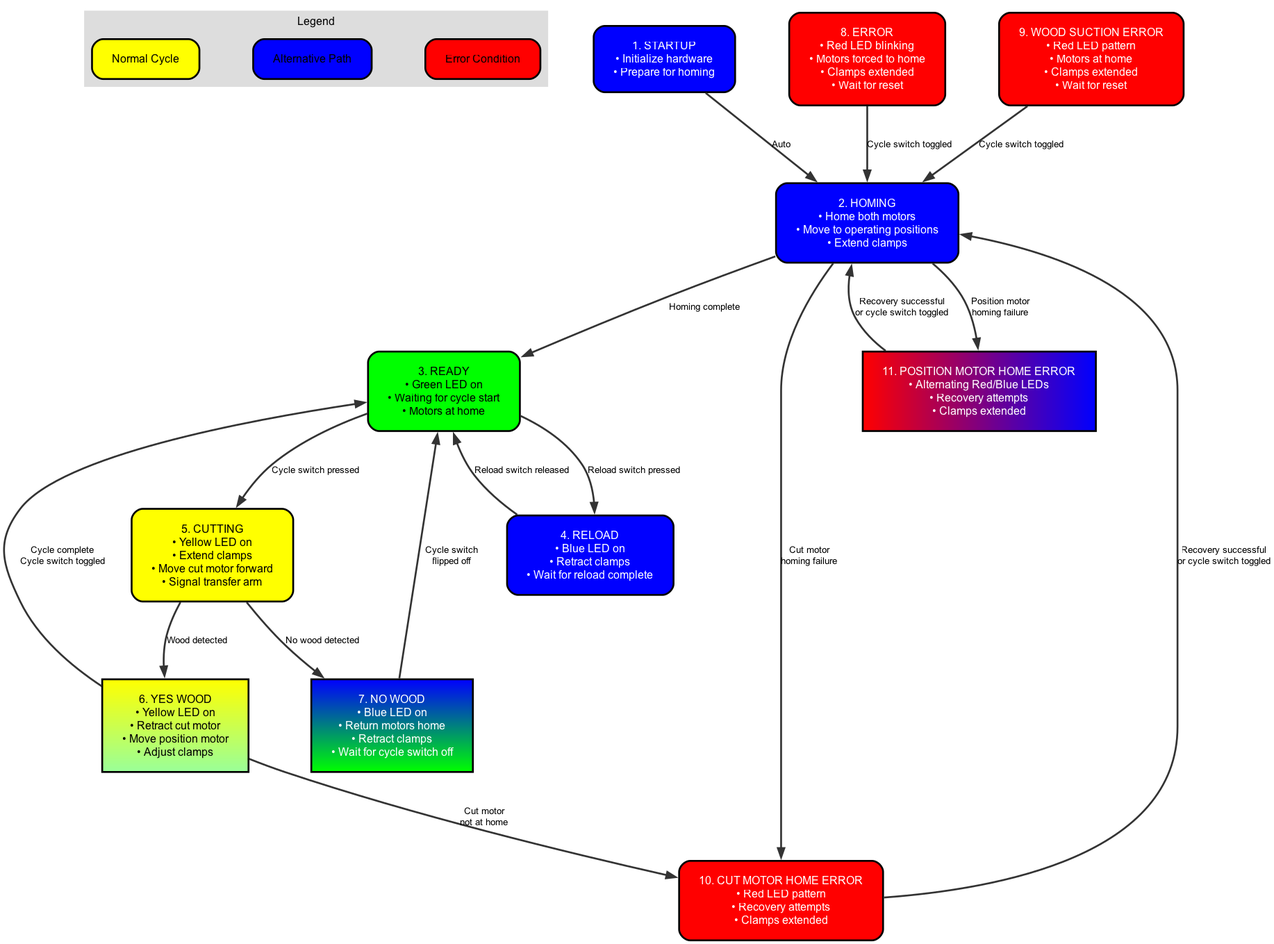
akivaweil/Stage-1-Mar25 keeps this Graphviz diagram as flowcharts/cutting_machine_flowchart.png. Above is the earlier version. Its source is kept beside it as flowcharts/cutting_machine_flowchart.dot.
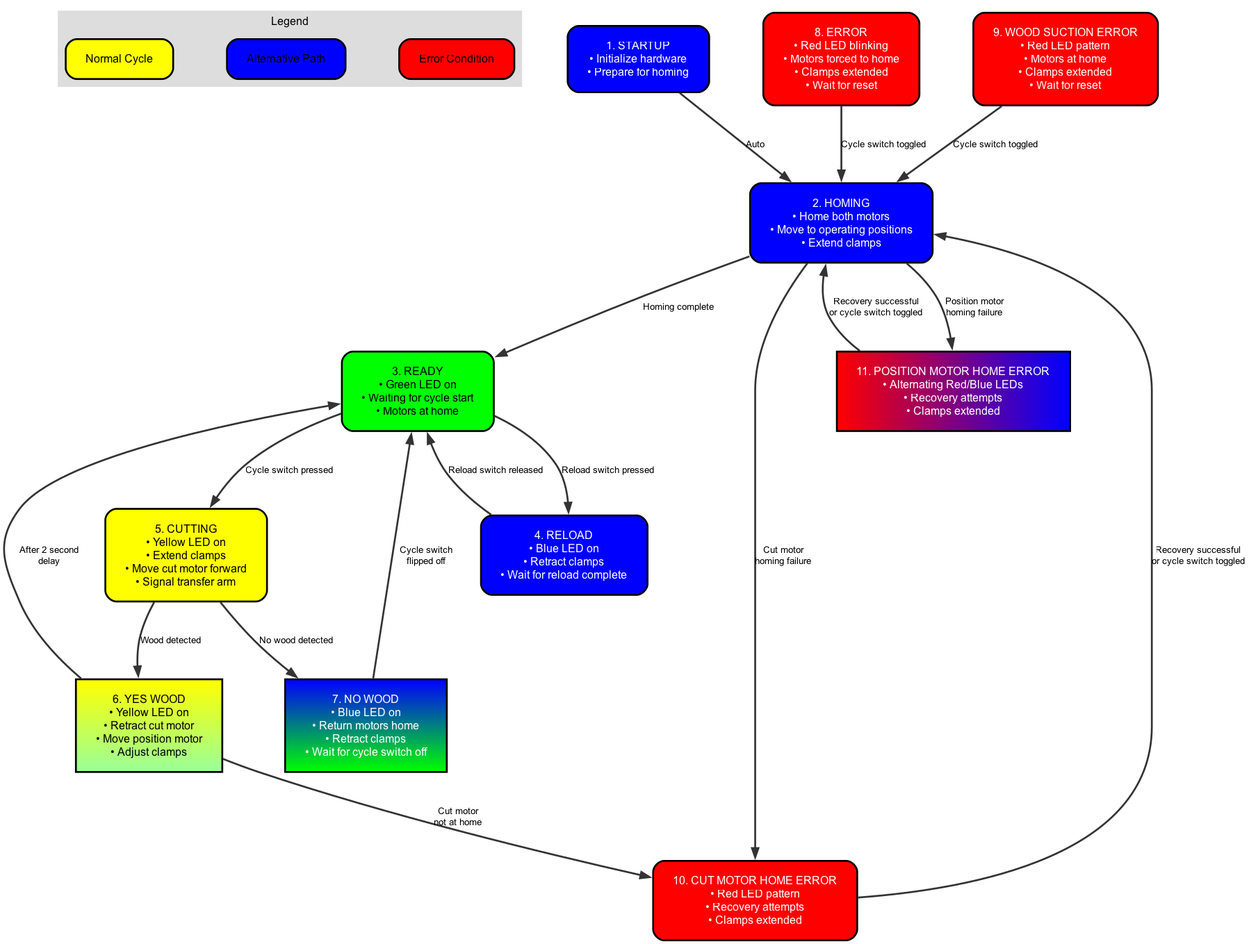
The same diagram one commit later.

Commit message:
Removed cycle switch toggle requirement for YES WOOD to READY transition

The edit, as a diff of the source:
```diff
@@ -37,8 +37,7 @@
 • Recovery attempts
 • Clamps extended", style="filled", fillcolor="#FF0000:#0000FF", fontcolor="white", gradientangle=0]; START -> HOMING [label="Auto"]; HOMING -> READY [label="Homing complete"]; HOMING -> CUT_MOTOR_HOME_ERROR [label="Cut motor
 homing failure"]; HOMING -> POSITION_MOTOR_HOME_ERROR [label="Position motor
-homing failure"]; READY -> CUTTING [label="Cycle switch pressed"]; READY -> RELOAD [label="Reload switch pressed"]; RELOAD -> READY [label="Reload switch released"]; CUTTING -> YESWOOD [label="Wood detected"]; CUTTING -> NOWOOD [label="No wood detected"]; YESWOOD -> READY [label="Cycle complete
-Cycle switch toggled"]; YESWOOD -> CUT_MOTOR_HOME_ERROR [label="Cut motor
+homing failure"]; READY -> CUTTING [label="Cycle switch pressed"]; READY -> RELOAD [label="Reload switch pressed"]; RELOAD -> READY [label="Reload switch released"]; CUTTING -> YESWOOD [label="Wood detected"]; CUTTING -> NOWOOD [label="No wood detected"]; YESWOOD -> READY [label="After 2 second\ndelay"]; YESWOOD -> CUT_MOTOR_HOME_ERROR [label="Cut motor
 not at home"]; NOWOOD -> READY [label="Cycle switch
 flipped off"]; WOOD_SUCTION_ERROR -> HOMING [label="Cycle switch toggled"]; CUT_MOTOR_HOME_ERROR -> HOMING [label="Recovery successful
 or cycle switch toggled"]; POSITION_MOTOR_HOME_ERROR -> HOMING [label="Recovery successful
```
